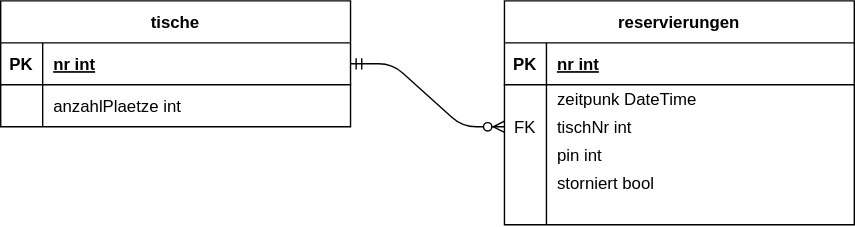
Above: diagramme/Entity-Relationship.drawio.svg in gsoTH/tischreservierung (draw.io), before the change. Source tidied: cells renumbered, new cells last; positions are measured from the earlier drawing's top-left corner, leaving out a move shared by most shapes.
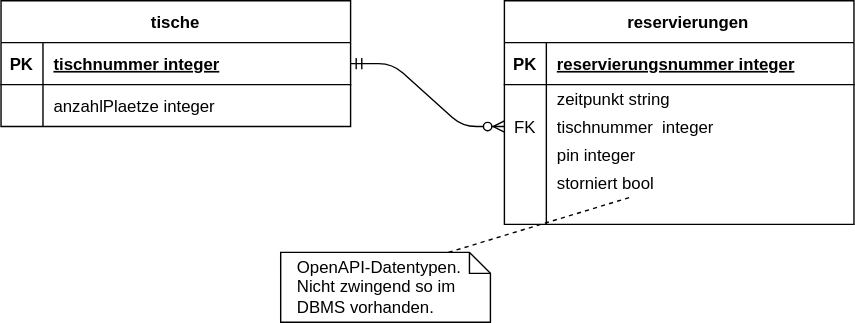
After the change.

Commit message:
Umstellung auf OpenAPI Datentypen

Change to the diagram source:
```diff
@@ -5,7 +5,7 @@
     <mxCell id="2" style="edgeStyle=entityRelationEdgeStyle;endArrow=ERzeroToMany;startArrow=ERmandOne;endFill=1;startFill=0;exitX=1;exitY=0.5;exitDx=0;exitDy=0;" parent="1" edge="1" source="23" target="10">
       <mxGeometry relative="1" as="geometry" />
     </mxCell>
-    <mxCell id="3" value="reservierungen" style="shape=table;startSize=30;rowLines=0;fontStyle=1;align=center;" parent="1" vertex="1">
+    <mxCell id="3" value="    reservierungen" style="shape=table;startSize=30;rowLines=0;fontStyle=1;align=center;" parent="1" vertex="1">
       <mxGeometry x="360" width="250" height="160" as="geometry" />
     </mxCell>
     <mxCell id="4" style="shape=partialRectangle;fillColor=none;top=0;left=0;right=0;bottom=1;" parent="3" vertex="1">
@@ -14,7 +14,7 @@
     <mxCell id="5" value="PK" style="shape=partialRectangle;overflow=hidden;fillColor=none;top=0;left=0;bottom=0;right=0;fontStyle=1;" parent="4" vertex="1">
       <mxGeometry width="30" height="30" as="geometry" />
     </mxCell>
-    <mxCell id="6" value="nr int " style="shape=partialRectangle;overflow=hidden;fillColor=none;top=0;left=0;bottom=0;right=0;align=left;spacingLeft=6;fontStyle=5;" parent="4" vertex="1">
+    <mxCell id="6" value="reservierungsnummer integer " style="shape=partialRectangle;overflow=hidden;fillColor=none;top=0;left=0;bottom=0;right=0;align=left;spacingLeft=6;fontStyle=5;" parent="4" vertex="1">
       <mxGeometry x="30" width="220" height="30" as="geometry" />
     </mxCell>
     <mxCell id="7" style="shape=partialRectangle;fillColor=none;top=0;left=0;right=0;bottom=0;" parent="3" vertex="1">
@@ -23,7 +23,7 @@
     <mxCell id="8" style="shape=partialRectangle;overflow=hidden;fillColor=none;top=0;left=0;bottom=0;right=0;" parent="7" vertex="1">
       <mxGeometry width="30" height="20" as="geometry" />
     </mxCell>
-    <mxCell id="9" value="zeitpunk DateTime " style="shape=partialRectangle;overflow=hidden;fillColor=none;top=0;left=0;bottom=0;right=0;align=left;spacingLeft=6;" parent="7" vertex="1">
+    <mxCell id="9" value="zeitpunkt string " style="shape=partialRectangle;overflow=hidden;fillColor=none;top=0;left=0;bottom=0;right=0;align=left;spacingLeft=6;" parent="7" vertex="1">
       <mxGeometry x="30" width="220" height="20" as="geometry" />
     </mxCell>
     <mxCell id="10" style="shape=partialRectangle;fillColor=none;points=[[0,0.5],[1,0.5]];portConstraint=eastwest;top=0;left=0;right=0;bottom=0;" parent="3" vertex="1">
@@ -32,7 +32,7 @@
     <mxCell id="11" value="FK" style="shape=partialRectangle;overflow=hidden;fillColor=none;top=0;left=0;bottom=0;right=0;" parent="10" vertex="1">
       <mxGeometry width="30" height="20" as="geometry" />
     </mxCell>
-    <mxCell id="12" value="tischNr int" style="shape=partialRectangle;overflow=hidden;fillColor=none;top=0;left=0;bottom=0;right=0;align=left;spacingLeft=6;" parent="10" vertex="1">
+    <mxCell id="12" value="tischnummer  integer" style="shape=partialRectangle;overflow=hidden;fillColor=none;top=0;left=0;bottom=0;right=0;align=left;spacingLeft=6;" parent="10" vertex="1">
       <mxGeometry x="30" width="220" height="20" as="geometry" />
     </mxCell>
     <mxCell id="13" style="shape=partialRectangle;fillColor=none;top=0;left=0;right=0;bottom=0;" parent="3" vertex="1">
@@ -41,7 +41,7 @@
     <mxCell id="14" style="shape=partialRectangle;overflow=hidden;fillColor=none;top=0;left=0;bottom=0;right=0;" parent="13" vertex="1">
       <mxGeometry width="30" height="20" as="geometry" />
     </mxCell>
-    <mxCell id="15" value="pin int" style="shape=partialRectangle;overflow=hidden;fillColor=none;top=0;left=0;bottom=0;right=0;align=left;spacingLeft=6;" parent="13" vertex="1">
+    <mxCell id="15" value="pin integer" style="shape=partialRectangle;overflow=hidden;fillColor=none;top=0;left=0;bottom=0;right=0;align=left;spacingLeft=6;" parent="13" vertex="1">
       <mxGeometry x="30" width="220" height="20" as="geometry" />
     </mxCell>
     <mxCell id="16" style="shape=partialRectangle;fillColor=none;points=[[0,0.5],[1,0.5]];portConstraint=eastwest;top=0;left=0;right=0;bottom=0;" parent="3" vertex="1">
@@ -71,7 +71,7 @@
     <mxCell id="24" value="PK" style="shape=partialRectangle;overflow=hidden;fillColor=none;top=0;left=0;bottom=0;right=0;fontStyle=1;" parent="23" vertex="1">
       <mxGeometry width="30" height="30" as="geometry" />
     </mxCell>
-    <mxCell id="25" value="nr int " style="shape=partialRectangle;overflow=hidden;fillColor=none;top=0;left=0;bottom=0;right=0;align=left;spacingLeft=6;fontStyle=5;" parent="23" vertex="1">
+    <mxCell id="25" value="tischnummer integer " style="shape=partialRectangle;overflow=hidden;fillColor=none;top=0;left=0;bottom=0;right=0;align=left;spacingLeft=6;fontStyle=5;" parent="23" vertex="1">
       <mxGeometry x="30" width="220" height="30" as="geometry" />
     </mxCell>
     <mxCell id="26" style="shape=partialRectangle;fillColor=none;top=0;left=0;right=0;bottom=0;" parent="22" vertex="1">
@@ -80,8 +80,14 @@
     <mxCell id="27" style="shape=partialRectangle;overflow=hidden;fillColor=none;top=0;left=0;bottom=0;right=0;" parent="26" vertex="1">
       <mxGeometry width="30" height="30" as="geometry" />
     </mxCell>
-    <mxCell id="28" value="anzahlPlaetze int " style="shape=partialRectangle;overflow=hidden;fillColor=none;top=0;left=0;bottom=0;right=0;align=left;spacingLeft=6;" parent="26" vertex="1">
+    <mxCell id="28" value="anzahlPlaetze integer" style="shape=partialRectangle;overflow=hidden;fillColor=none;top=0;left=0;bottom=0;right=0;align=left;spacingLeft=6;" parent="26" vertex="1">
       <mxGeometry x="30" width="220" height="30" as="geometry" />
     </mxCell>
+    <mxCell id="29" value="OpenAPI-Datentypen. Nicht zwingend so im DBMS vorhanden." style="shape=note;size=15;align=left;spacingLeft=10;html=1;whiteSpace=wrap;" parent="1" vertex="1">
+      <mxGeometry x="200" y="180" width="150" height="50" as="geometry" />
+    </mxCell>
+    <mxCell id="30" style="edgeStyle=none;endArrow=none;exitX=0.8;exitY=0;dashed=1;html=1;rounded=0;" parent="1" edge="1" source="29" target="16">
+      <mxGeometry x="1" relative="1" as="geometry" />
+    </mxCell>
   </root>
 </mxGraphModel>
```
